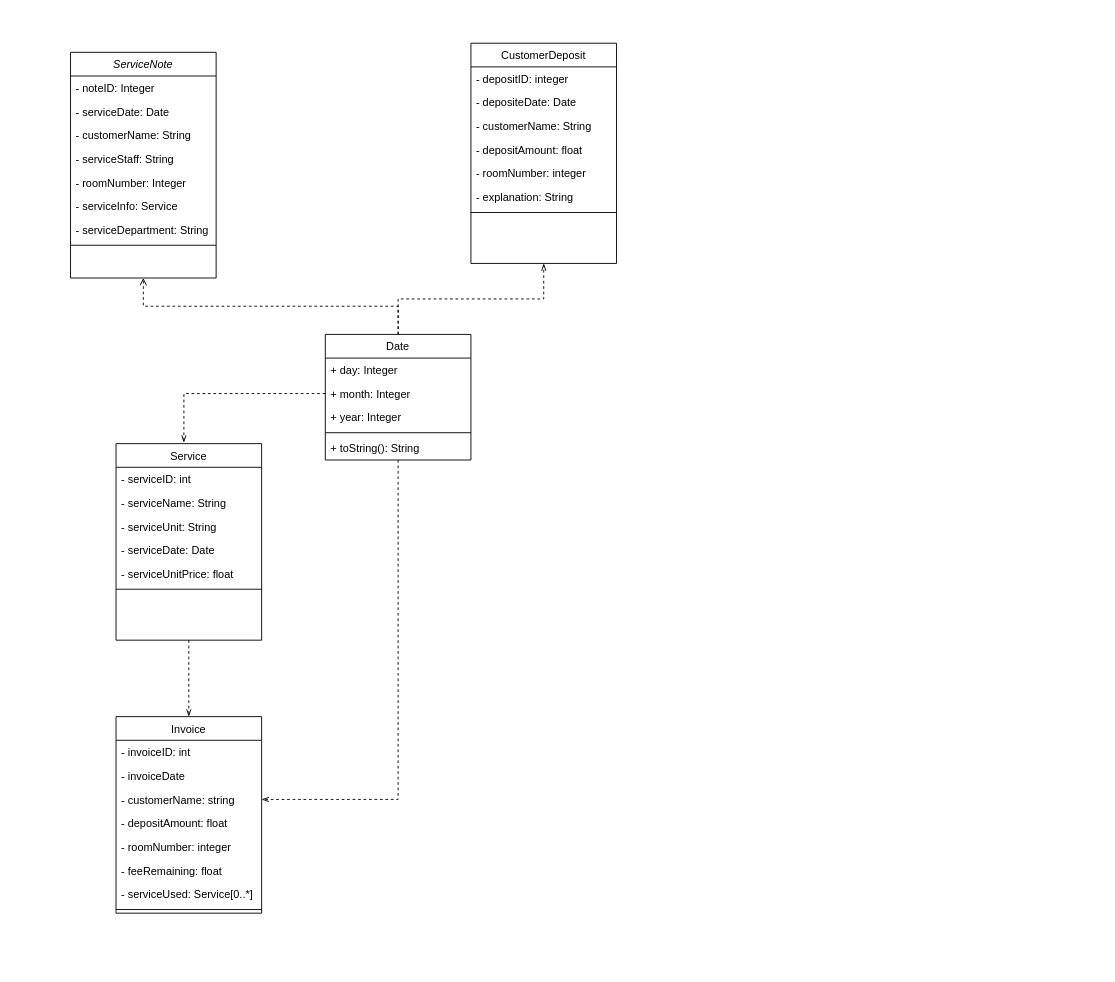
Above: Diagram/Class Diagram.drawio in jonathanha52/SE104.L23.PMCL (draw.io), before the change. Source tidied: cells renumbered, new cells numbered last; positions are measured from the earlier drawing's top-left corner, leaving out a move shared by most shapes. Both pictures are drawn from the tidied source at 91%, with x=0, y=0 at pixel (70, 43).
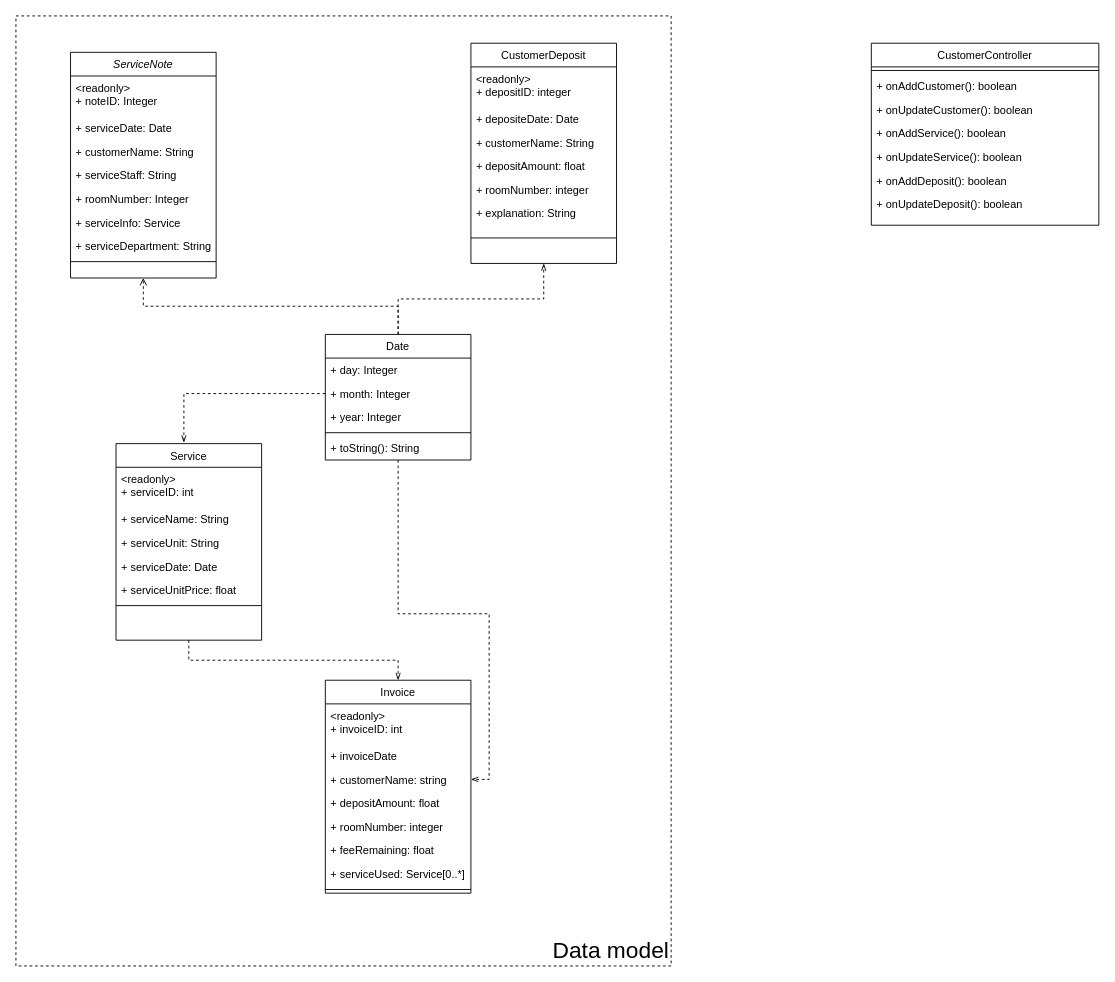
After the change.

Unchanged cells that the change refers to:
```xml
<mxCell id="2" value="ServiceNote" style="swimlane;fontStyle=2;align=center;verticalAlign=top;horizontal=1;startSize=26;rounded=0;shadow=0;strokeWidth=1;" parent="1" vertex="1">
  <mxGeometry y="10" width="160" height="248" as="geometry" />
</mxCell>
<mxCell id="12" value="Service" style="swimlane;fontStyle=0;align=center;verticalAlign=top;horizontal=1;startSize=26;rounded=0;shadow=0;strokeWidth=1;" parent="1" vertex="1">
  <mxGeometry x="50" y="440" width="160" height="216" as="geometry" />
</mxCell>
<mxCell id="28" value="CustomerDeposit" style="swimlane;fontStyle=0;align=center;verticalAlign=top;horizontal=1;startSize=26;rounded=0;shadow=0;strokeWidth=1;" parent="1" vertex="1">
  <mxGeometry x="440" width="160" height="242" as="geometry" />
</mxCell>
```

The edit, as a diff of the source:
```diff
@@
+    <mxCell id="46" value="Data model" style="rounded=0;whiteSpace=wrap;html=1;fillColor=none;dashed=1;align=right;verticalAlign=bottom;fontSize=25;" parent="1" vertex="1">
+      <mxGeometry x="-60" y="-30" width="720" height="1044" as="geometry" />
+    </mxCell>
@@
-    <mxCell id="3" value="- noteID: Integer" style="text;align=left;verticalAlign=top;spacingLeft=4;spacingRight=4;overflow=hidden;" parent="2" vertex="1">
-      <mxGeometry y="26" width="160" height="26" as="geometry" />
+    <mxCell id="3" value="&lt;readonly&gt;&#10;+ noteID: Integer" style="text;align=left;verticalAlign=top;spacingLeft=4;spacingRight=4;overflow=hidden;" parent="2" vertex="1">
+      <mxGeometry y="26" width="160" height="44" as="geometry" />
     </mxCell>
-    <mxCell id="4" value="- serviceDate: Date" style="text;align=left;verticalAlign=top;spacingLeft=4;spacingRight=4;overflow=hidden;rounded=0;shadow=0;html=0;" parent="2" vertex="1">
-      <mxGeometry y="52" width="160" height="26" as="geometry" />
+    <mxCell id="4" value="+ serviceDate: Date" style="text;align=left;verticalAlign=top;spacingLeft=4;spacingRight=4;overflow=hidden;rounded=0;shadow=0;html=0;" parent="2" vertex="1">
+      <mxGeometry y="70" width="160" height="26" as="geometry" />
     </mxCell>
-    <mxCell id="5" value="- customerName: String" style="text;align=left;verticalAlign=top;spacingLeft=4;spacingRight=4;overflow=hidden;rounded=0;shadow=0;html=0;" parent="2" vertex="1">
-      <mxGeometry y="78" width="160" height="26" as="geometry" />
+    <mxCell id="5" value="+ customerName: String" style="text;align=left;verticalAlign=top;spacingLeft=4;spacingRight=4;overflow=hidden;rounded=0;shadow=0;html=0;" parent="2" vertex="1">
+      <mxGeometry y="96" width="160" height="26" as="geometry" />
     </mxCell>
-    <mxCell id="6" value="- serviceStaff: String" style="text;align=left;verticalAlign=top;spacingLeft=4;spacingRight=4;overflow=hidden;" parent="2" vertex="1">
-      <mxGeometry y="104" width="160" height="26" as="geometry" />
+    <mxCell id="6" value="+ serviceStaff: String" style="text;align=left;verticalAlign=top;spacingLeft=4;spacingRight=4;overflow=hidden;" parent="2" vertex="1">
+      <mxGeometry y="122" width="160" height="26" as="geometry" />
     </mxCell>
-    <mxCell id="7" value="- roomNumber: Integer" style="text;align=left;verticalAlign=top;spacingLeft=4;spacingRight=4;overflow=hidden;" parent="2" vertex="1">
-      <mxGeometry y="130" width="160" height="26" as="geometry" />
+    <mxCell id="7" value="+ roomNumber: Integer" style="text;align=left;verticalAlign=top;spacingLeft=4;spacingRight=4;overflow=hidden;" parent="2" vertex="1">
+      <mxGeometry y="148" width="160" height="26" as="geometry" />
     </mxCell>
-    <mxCell id="8" value="- serviceInfo: Service" style="text;align=left;verticalAlign=top;spacingLeft=4;spacingRight=4;overflow=hidden;" parent="2" vertex="1">
-      <mxGeometry y="156" width="160" height="26" as="geometry" />
+    <mxCell id="8" value="+ serviceInfo: Service" style="text;align=left;verticalAlign=top;spacingLeft=4;spacingRight=4;overflow=hidden;" parent="2" vertex="1">
+      <mxGeometry y="174" width="160" height="26" as="geometry" />
     </mxCell>
-    <mxCell id="9" value="- serviceDepartment: String" style="text;align=left;verticalAlign=top;spacingLeft=4;spacingRight=4;overflow=hidden;" parent="2" vertex="1">
-      <mxGeometry y="182" width="160" height="26" as="geometry" />
+    <mxCell id="9" value="+ serviceDepartment: String" style="text;align=left;verticalAlign=top;spacingLeft=4;spacingRight=4;overflow=hidden;" parent="2" vertex="1">
+      <mxGeometry y="200" width="160" height="26" as="geometry" />
     </mxCell>
     <mxCell id="10" style="line;html=1;strokeWidth=1;align=left;verticalAlign=middle;spacingTop=-1;spacingLeft=3;spacingRight=3;labelPosition=right;" parent="2" vertex="1">
-      <mxGeometry y="208" width="160" height="8" as="geometry" />
+      <mxGeometry y="226" width="160" height="8" as="geometry" />
     </mxCell>
@@
-    <mxCell id="13" value="- serviceID: int" style="text;align=left;verticalAlign=top;spacingLeft=4;spacingRight=4;overflow=hidden;" parent="12" vertex="1">
-      <mxGeometry y="26" width="160" height="26" as="geometry" />
+    <mxCell id="13" value="&lt;readonly&gt;&#10;+ serviceID: int" style="text;align=left;verticalAlign=top;spacingLeft=4;spacingRight=4;overflow=hidden;" parent="12" vertex="1">
+      <mxGeometry y="26" width="160" height="44" as="geometry" />
     </mxCell>
-    <mxCell id="14" value="- serviceName: String" style="text;align=left;verticalAlign=top;spacingLeft=4;spacingRight=4;overflow=hidden;" parent="12" vertex="1">
-      <mxGeometry y="52" width="160" height="26" as="geometry" />
+    <mxCell id="14" value="+ serviceName: String" style="text;align=left;verticalAlign=top;spacingLeft=4;spacingRight=4;overflow=hidden;" parent="12" vertex="1">
+      <mxGeometry y="70" width="160" height="26" as="geometry" />
     </mxCell>
-    <mxCell id="15" value="- serviceUnit: String" style="text;align=left;verticalAlign=top;spacingLeft=4;spacingRight=4;overflow=hidden;rounded=0;shadow=0;html=0;" parent="12" vertex="1">
-      <mxGeometry y="78" width="160" height="26" as="geometry" />
+    <mxCell id="15" value="+ serviceUnit: String" style="text;align=left;verticalAlign=top;spacingLeft=4;spacingRight=4;overflow=hidden;rounded=0;shadow=0;html=0;" parent="12" vertex="1">
+      <mxGeometry y="96" width="160" height="26" as="geometry" />
     </mxCell>
-    <mxCell id="16" value="- serviceDate: Date" style="text;align=left;verticalAlign=top;spacingLeft=4;spacingRight=4;overflow=hidden;rounded=0;shadow=0;html=0;" parent="12" vertex="1">
-      <mxGeometry y="104" width="160" height="26" as="geometry" />
+    <mxCell id="16" value="+ serviceDate: Date" style="text;align=left;verticalAlign=top;spacingLeft=4;spacingRight=4;overflow=hidden;rounded=0;shadow=0;html=0;" parent="12" vertex="1">
+      <mxGeometry y="122" width="160" height="26" as="geometry" />
     </mxCell>
-    <mxCell id="17" value="- serviceUnitPrice: float" style="text;align=left;verticalAlign=top;spacingLeft=4;spacingRight=4;overflow=hidden;rounded=0;shadow=0;html=0;" parent="12" vertex="1">
-      <mxGeometry y="130" width="160" height="26" as="geometry" />
+    <mxCell id="17" value="+ serviceUnitPrice: float" style="text;align=left;verticalAlign=top;spacingLeft=4;spacingRight=4;overflow=hidden;rounded=0;shadow=0;html=0;" parent="12" vertex="1">
+      <mxGeometry y="148" width="160" height="26" as="geometry" />
     </mxCell>
     <mxCell id="18" style="line;html=1;strokeWidth=1;align=left;verticalAlign=middle;spacingTop=-1;spacingLeft=3;spacingRight=3;labelPosition=right;" parent="12" vertex="1">
-      <mxGeometry y="156" width="160" height="8" as="geometry" />
+      <mxGeometry y="174" width="160" height="8" as="geometry" />
     </mxCell>
@@
-    <mxCell id="29" value="- depositID: integer" style="text;align=left;verticalAlign=top;spacingLeft=4;spacingRight=4;overflow=hidden;" parent="28" vertex="1">
-      <mxGeometry y="26" width="160" height="26" as="geometry" />
+    <mxCell id="29" value="&lt;readonly&gt;&#10;+ depositID: integer" style="text;align=left;verticalAlign=top;spacingLeft=4;spacingRight=4;overflow=hidden;" parent="28" vertex="1">
+      <mxGeometry y="26" width="160" height="44" as="geometry" />
     </mxCell>
-    <mxCell id="30" value="- depositeDate: Date" style="text;align=left;verticalAlign=top;spacingLeft=4;spacingRight=4;overflow=hidden;rounded=0;shadow=0;html=0;" parent="28" vertex="1">
-      <mxGeometry y="52" width="160" height="26" as="geometry" />
+    <mxCell id="30" value="+ depositeDate: Date" style="text;align=left;verticalAlign=top;spacingLeft=4;spacingRight=4;overflow=hidden;rounded=0;shadow=0;html=0;" parent="28" vertex="1">
+      <mxGeometry y="70" width="160" height="26" as="geometry" />
     </mxCell>
-    <mxCell id="31" value="- customerName: String" style="text;align=left;verticalAlign=top;spacingLeft=4;spacingRight=4;overflow=hidden;rounded=0;shadow=0;html=0;" parent="28" vertex="1">
-      <mxGeometry y="78" width="160" height="26" as="geometry" />
+    <mxCell id="31" value="+ customerName: String" style="text;align=left;verticalAlign=top;spacingLeft=4;spacingRight=4;overflow=hidden;rounded=0;shadow=0;html=0;" parent="28" vertex="1">
+      <mxGeometry y="96" width="160" height="26" as="geometry" />
     </mxCell>
-    <mxCell id="32" value="- depositAmount: float" style="text;align=left;verticalAlign=top;spacingLeft=4;spacingRight=4;overflow=hidden;rounded=0;shadow=0;html=0;" parent="28" vertex="1">
-      <mxGeometry y="104" width="160" height="26" as="geometry" />
+    <mxCell id="32" value="+ depositAmount: float" style="text;align=left;verticalAlign=top;spacingLeft=4;spacingRight=4;overflow=hidden;rounded=0;shadow=0;html=0;" parent="28" vertex="1">
+      <mxGeometry y="122" width="160" height="26" as="geometry" />
     </mxCell>
-    <mxCell id="33" value="- roomNumber: integer" style="text;align=left;verticalAlign=top;spacingLeft=4;spacingRight=4;overflow=hidden;rounded=0;shadow=0;html=0;" parent="28" vertex="1">
-      <mxGeometry y="130" width="160" height="26" as="geometry" />
+    <mxCell id="33" value="+ roomNumber: integer" style="text;align=left;verticalAlign=top;spacingLeft=4;spacingRight=4;overflow=hidden;rounded=0;shadow=0;html=0;" parent="28" vertex="1">
+      <mxGeometry y="148" width="160" height="26" as="geometry" />
     </mxCell>
-    <mxCell id="34" value="- explanation: String" style="text;align=left;verticalAlign=top;spacingLeft=4;spacingRight=4;overflow=hidden;rounded=0;shadow=0;html=0;" parent="28" vertex="1">
-      <mxGeometry y="156" width="160" height="26" as="geometry" />
+    <mxCell id="34" value="+ explanation: String" style="text;align=left;verticalAlign=top;spacingLeft=4;spacingRight=4;overflow=hidden;rounded=0;shadow=0;html=0;" parent="28" vertex="1">
+      <mxGeometry y="174" width="160" height="26" as="geometry" />
     </mxCell>
     <mxCell id="35" style="line;html=1;strokeWidth=1;align=left;verticalAlign=middle;spacingTop=-1;spacingLeft=3;spacingRight=3;labelPosition=right;" parent="28" vertex="1">
-      <mxGeometry y="182" width="160" height="8" as="geometry" />
+      <mxGeometry y="200" width="160" height="28" as="geometry" />
     </mxCell>
@@
     <mxCell id="37" value="Invoice" style="swimlane;fontStyle=0;align=center;verticalAlign=top;horizontal=1;startSize=26;rounded=0;shadow=0;strokeWidth=1;" parent="1" vertex="1">
-      <mxGeometry x="50" y="740" width="160" height="216" as="geometry" />
+      <mxGeometry x="280" y="700" width="160" height="234" as="geometry" />
     </mxCell>
-    <mxCell id="38" value="- invoiceID: int" style="text;align=left;verticalAlign=top;spacingLeft=4;spacingRight=4;overflow=hidden;" parent="37" vertex="1">
-      <mxGeometry y="26" width="160" height="26" as="geometry" />
+    <mxCell id="38" value="&lt;readonly&gt;&#10;+ invoiceID: int" style="text;align=left;verticalAlign=top;spacingLeft=4;spacingRight=4;overflow=hidden;" parent="37" vertex="1">
+      <mxGeometry y="26" width="160" height="44" as="geometry" />
     </mxCell>
-    <mxCell id="39" value="- invoiceDate" style="text;align=left;verticalAlign=top;spacingLeft=4;spacingRight=4;overflow=hidden;" parent="37" vertex="1">
-      <mxGeometry y="52" width="160" height="26" as="geometry" />
+    <mxCell id="39" value="+ invoiceDate" style="text;align=left;verticalAlign=top;spacingLeft=4;spacingRight=4;overflow=hidden;" parent="37" vertex="1">
+      <mxGeometry y="70" width="160" height="26" as="geometry" />
     </mxCell>
-    <mxCell id="40" value="- customerName: string" style="text;align=left;verticalAlign=top;spacingLeft=4;spacingRight=4;overflow=hidden;points=[[0,0.5],[1,0.5]];portConstraint=eastwest;rounded=0;shadow=0;html=0;" parent="37" vertex="1">
-      <mxGeometry y="78" width="160" height="26" as="geometry" />
+    <mxCell id="40" value="+ customerName: string" style="text;align=left;verticalAlign=top;spacingLeft=4;spacingRight=4;overflow=hidden;points=[[0,0.5],[1,0.5]];portConstraint=eastwest;rounded=0;shadow=0;html=0;" parent="37" vertex="1">
+      <mxGeometry y="96" width="160" height="26" as="geometry" />
     </mxCell>
-    <mxCell id="41" value="- depositAmount: float" style="text;align=left;verticalAlign=top;spacingLeft=4;spacingRight=4;overflow=hidden;rounded=0;shadow=0;html=0;" parent="37" vertex="1">
-      <mxGeometry y="104" width="160" height="26" as="geometry" />
+    <mxCell id="41" value="+ depositAmount: float" style="text;align=left;verticalAlign=top;spacingLeft=4;spacingRight=4;overflow=hidden;rounded=0;shadow=0;html=0;" parent="37" vertex="1">
+      <mxGeometry y="122" width="160" height="26" as="geometry" />
     </mxCell>
-    <mxCell id="42" value="- roomNumber: integer" style="text;align=left;verticalAlign=top;spacingLeft=4;spacingRight=4;overflow=hidden;rounded=0;shadow=0;html=0;" parent="37" vertex="1">
-      <mxGeometry y="130" width="160" height="26" as="geometry" />
+    <mxCell id="42" value="+ roomNumber: integer" style="text;align=left;verticalAlign=top;spacingLeft=4;spacingRight=4;overflow=hidden;rounded=0;shadow=0;html=0;" parent="37" vertex="1">
+      <mxGeometry y="148" width="160" height="26" as="geometry" />
     </mxCell>
-    <mxCell id="43" value="- feeRemaining: float" style="text;align=left;verticalAlign=top;spacingLeft=4;spacingRight=4;overflow=hidden;rounded=0;shadow=0;html=0;" parent="37" vertex="1">
-      <mxGeometry y="156" width="160" height="26" as="geometry" />
+    <mxCell id="43" value="+ feeRemaining: float" style="text;align=left;verticalAlign=top;spacingLeft=4;spacingRight=4;overflow=hidden;rounded=0;shadow=0;html=0;" parent="37" vertex="1">
+      <mxGeometry y="174" width="160" height="26" as="geometry" />
     </mxCell>
-    <mxCell id="44" value="- serviceUsed: Service[0..*]" style="text;align=left;verticalAlign=top;spacingLeft=4;spacingRight=4;overflow=hidden;rounded=0;shadow=0;html=0;" parent="37" vertex="1">
-      <mxGeometry y="182" width="160" height="26" as="geometry" />
+    <mxCell id="44" value="+ serviceUsed: Service[0..*]" style="text;align=left;verticalAlign=top;spacingLeft=4;spacingRight=4;overflow=hidden;rounded=0;shadow=0;html=0;" parent="37" vertex="1">
+      <mxGeometry y="200" width="160" height="26" as="geometry" />
     </mxCell>
     <mxCell id="45" style="line;html=1;strokeWidth=1;align=left;verticalAlign=middle;spacingTop=-1;spacingLeft=3;spacingRight=3;labelPosition=right;" parent="37" vertex="1">
-      <mxGeometry y="208" width="160" height="8" as="geometry" />
+      <mxGeometry y="226" width="160" height="8" as="geometry" />
     </mxCell>
+    <mxCell id="47" value="CustomerController" style="swimlane;fontStyle=0;align=center;verticalAlign=top;horizontal=1;startSize=26;rounded=0;shadow=0;strokeWidth=1;" parent="1" vertex="1">
+      <mxGeometry x="880" width="250" height="200" as="geometry" />
+    </mxCell>
+    <mxCell id="48" style="line;html=1;strokeWidth=1;align=left;verticalAlign=middle;spacingTop=-1;spacingLeft=3;spacingRight=3;labelPosition=right;" parent="47" vertex="1">
+      <mxGeometry y="26" width="250" height="8" as="geometry" />
+    </mxCell>
+    <mxCell id="49" value="+ onAddCustomer(): boolean " style="text;align=left;verticalAlign=top;spacingLeft=4;spacingRight=4;overflow=hidden;rounded=0;shadow=0;html=0;" parent="47" vertex="1">
+      <mxGeometry y="34" width="250" height="26" as="geometry" />
+    </mxCell>
+    <mxCell id="50" value="+ onUpdateCustomer(): boolean " style="text;align=left;verticalAlign=top;spacingLeft=4;spacingRight=4;overflow=hidden;rounded=0;shadow=0;html=0;" parent="47" vertex="1">
+      <mxGeometry y="60" width="250" height="26" as="geometry" />
+    </mxCell>
+    <mxCell id="51" value="+ onAddService(): boolean " style="text;align=left;verticalAlign=top;spacingLeft=4;spacingRight=4;overflow=hidden;rounded=0;shadow=0;html=0;" parent="47" vertex="1">
+      <mxGeometry y="86" width="250" height="26" as="geometry" />
+    </mxCell>
+    <mxCell id="52" value="+ onUpdateService(): boolean " style="text;align=left;verticalAlign=top;spacingLeft=4;spacingRight=4;overflow=hidden;rounded=0;shadow=0;html=0;" parent="47" vertex="1">
+      <mxGeometry y="112" width="250" height="26" as="geometry" />
+    </mxCell>
+    <mxCell id="53" value="+ onAddDeposit(): boolean " style="text;align=left;verticalAlign=top;spacingLeft=4;spacingRight=4;overflow=hidden;rounded=0;shadow=0;html=0;" parent="47" vertex="1">
+      <mxGeometry y="138" width="250" height="26" as="geometry" />
+    </mxCell>
+    <mxCell id="54" value="+ onUpdateDeposit(): boolean " style="text;align=left;verticalAlign=top;spacingLeft=4;spacingRight=4;overflow=hidden;rounded=0;shadow=0;html=0;" parent="47" vertex="1">
+      <mxGeometry y="164" width="250" height="26" as="geometry" />
+    </mxCell>
```
